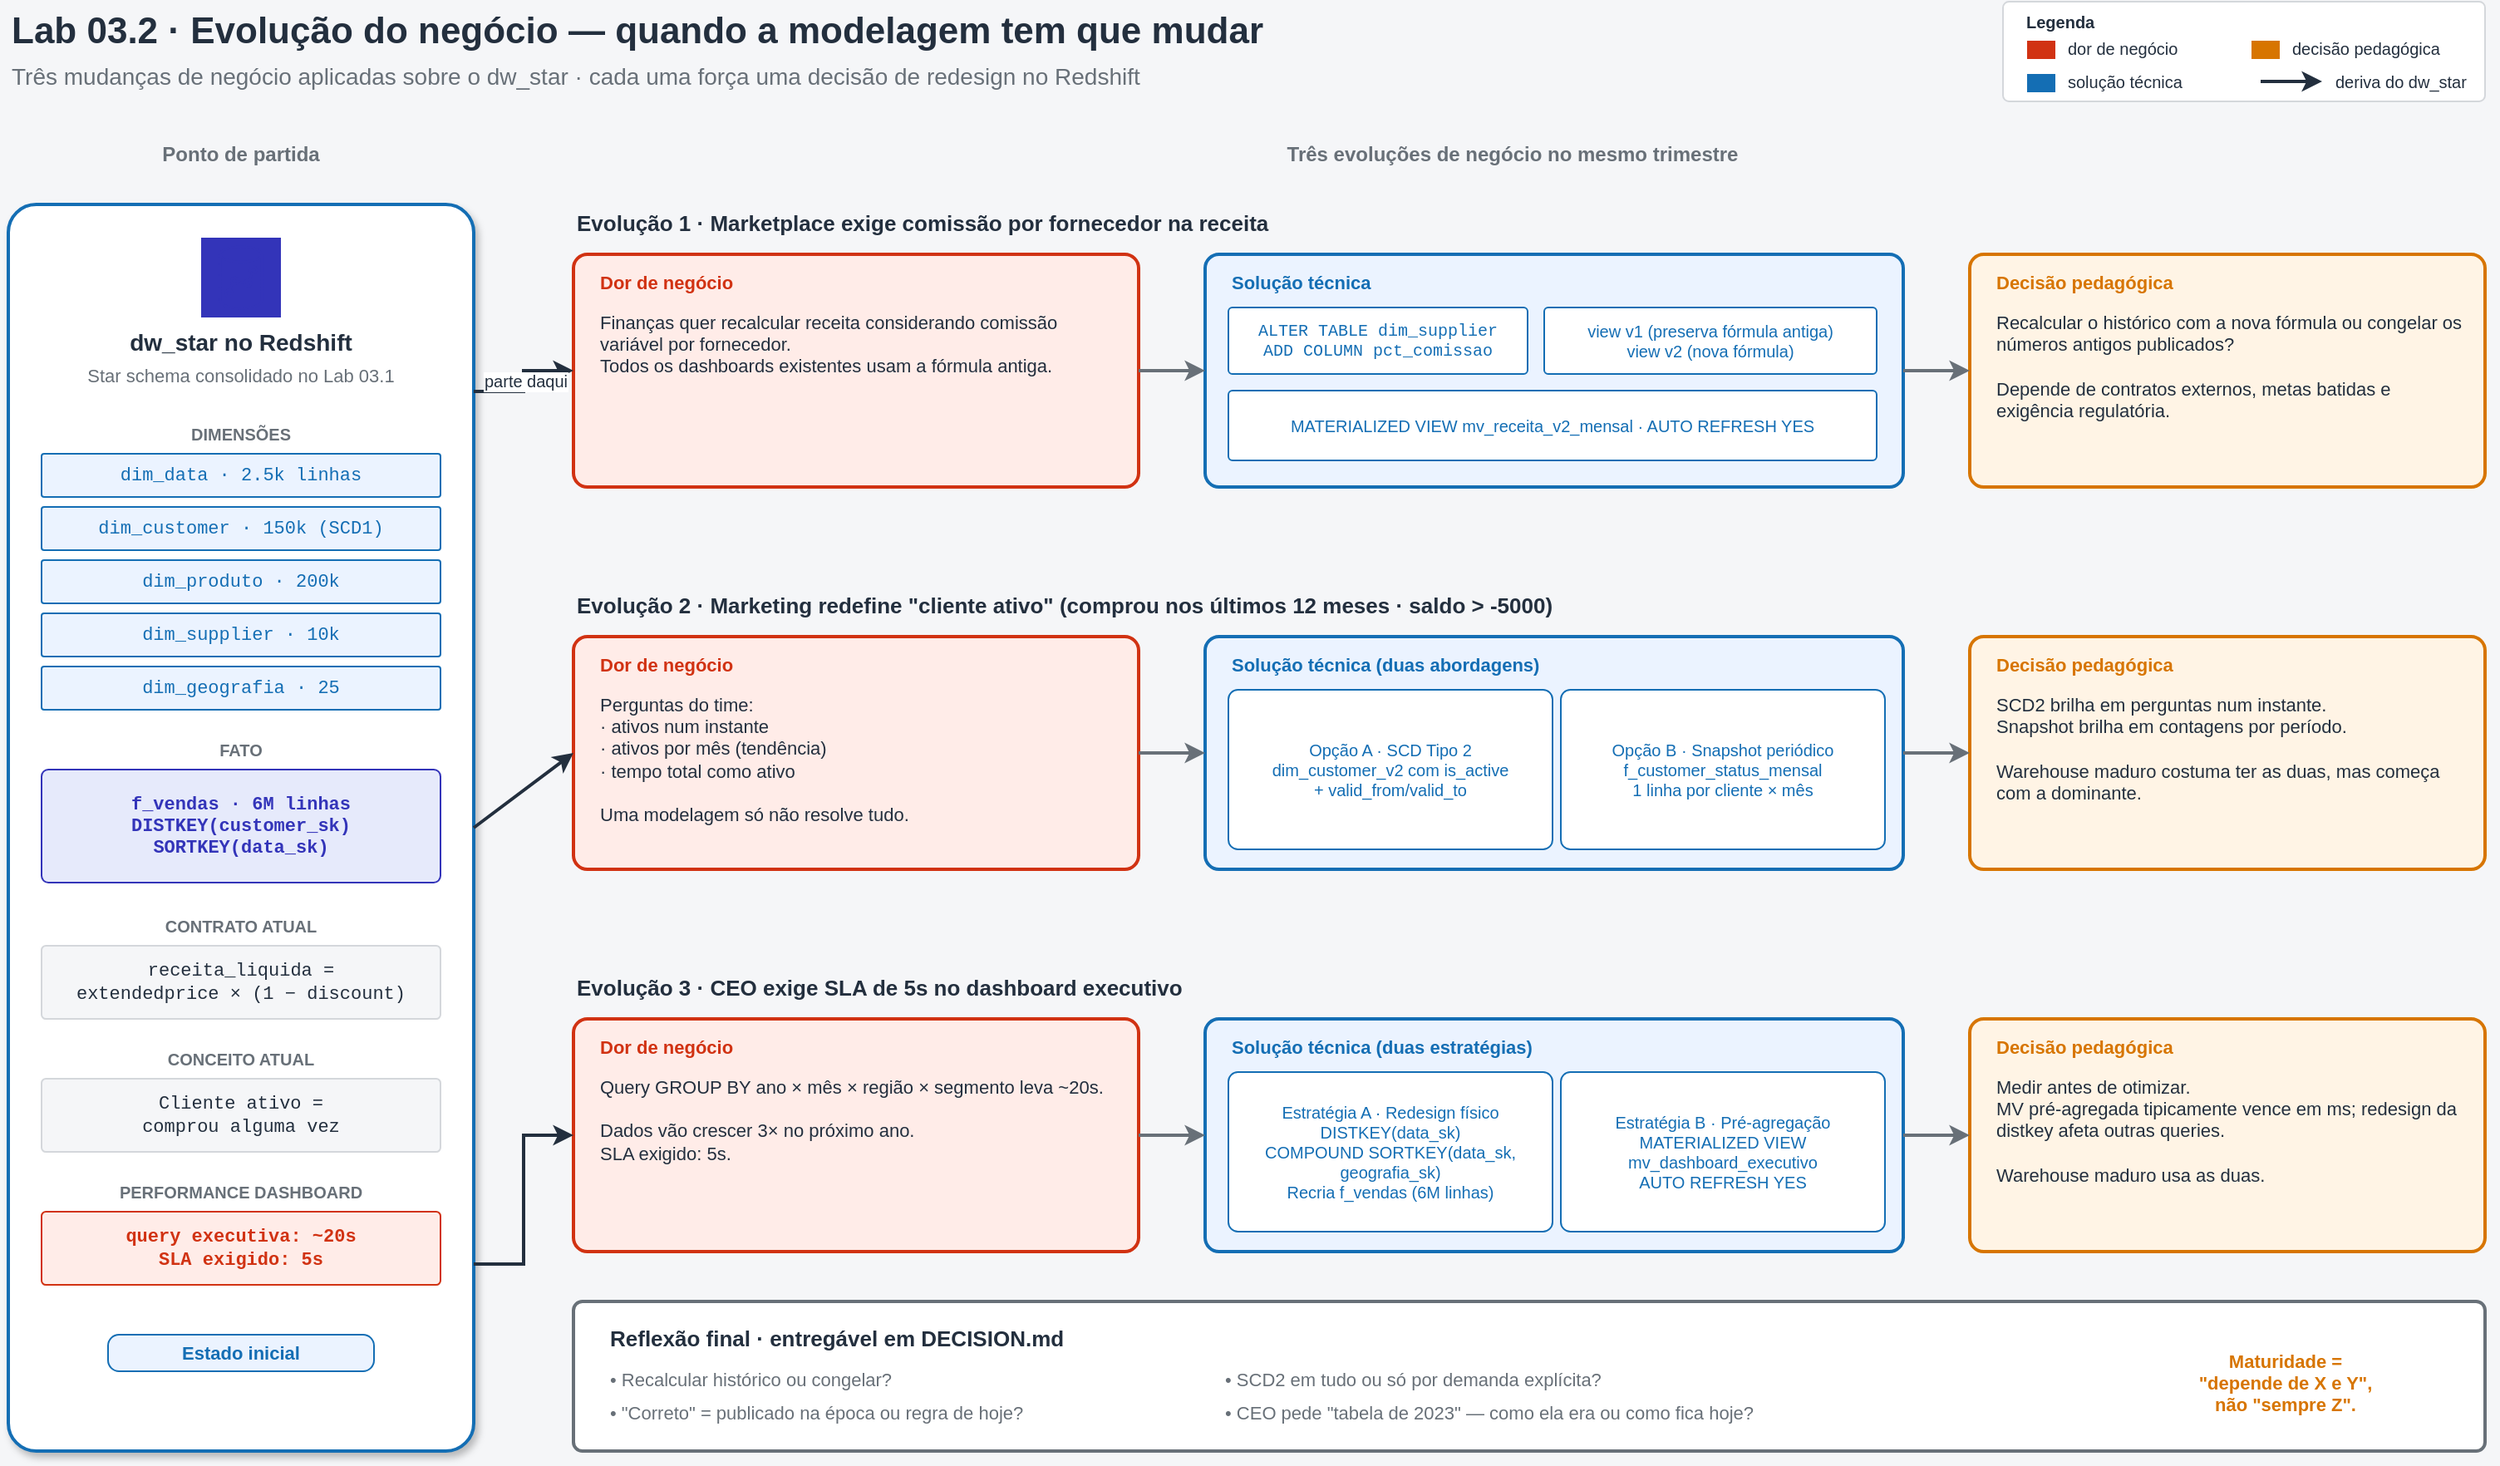
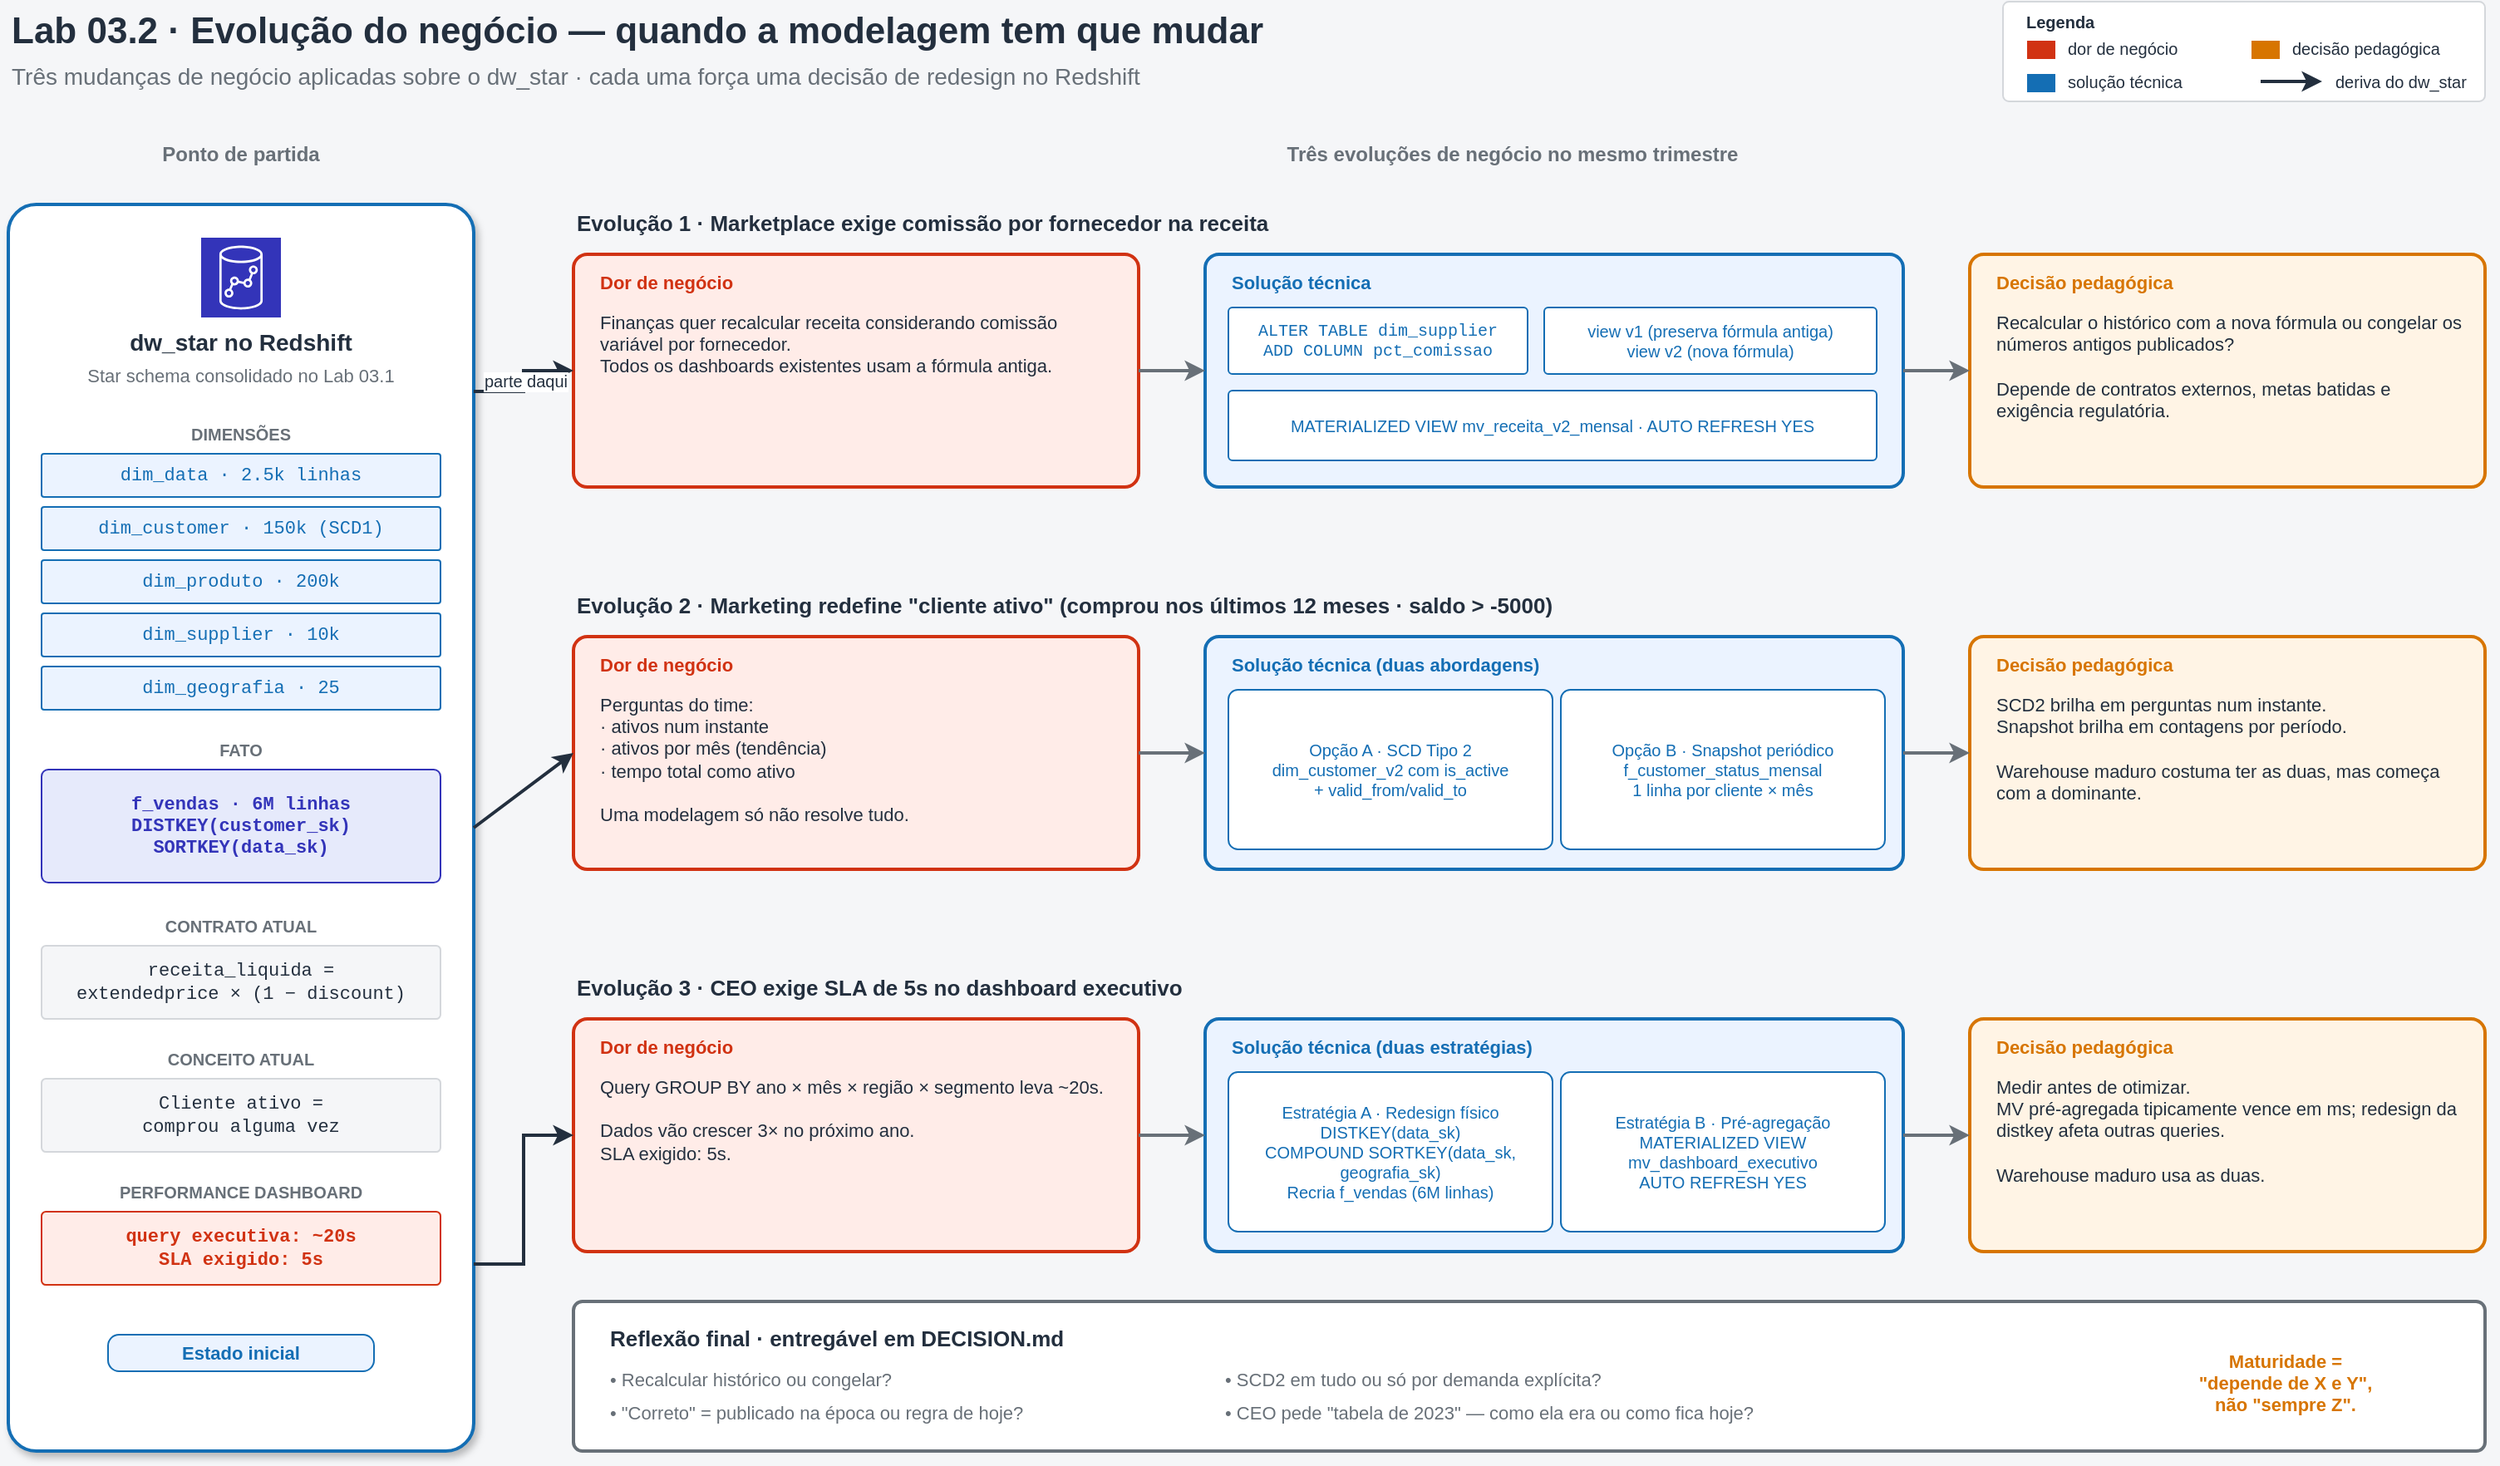
<?xml version="1.0" encoding="UTF-8"?>
<mxfile host="app.diagrams.net" modified="2026-05-04T00:00:00.000Z" agent="Claude" version="24.0.0" type="device">
  <diagram name="Arquitetura-Lab03-2" id="arq-lab03-2">
    <mxGraphModel dx="2000" dy="1400" grid="1" gridSize="10" guides="1" tooltips="1" connect="1" arrows="1" fold="1" page="1" pageScale="1" pageWidth="1600" pageHeight="1000" math="0" shadow="0" background="#F5F6F8">
      <root>
        <mxCell id="0" />
        <mxCell id="1" parent="0" />

        <mxCell id="title" value="Lab 03.2 · Evolução do negócio — quando a modelagem tem que mudar" style="text;html=1;strokeColor=none;fillColor=none;align=left;verticalAlign=middle;whiteSpace=wrap;rounded=0;fontSize=22;fontStyle=1;fontFamily=Helvetica;fontColor=#232F3E;" vertex="1" parent="1">
          <mxGeometry x="60" y="30" width="1200" height="32" as="geometry" />
        </mxCell>
        <mxCell id="subtitle" value="Três mudanças de negócio aplicadas sobre o dw_star · cada uma força uma decisão de redesign no Redshift" style="text;html=1;strokeColor=none;fillColor=none;align=left;verticalAlign=middle;whiteSpace=wrap;rounded=0;fontSize=14;fontStyle=0;fontFamily=Helvetica;fontColor=#687078;" vertex="1" parent="1">
          <mxGeometry x="60" y="62" width="1200" height="22" as="geometry" />
        </mxCell>

        <mxCell id="legend-box" value="" style="rounded=1;whiteSpace=wrap;html=1;fillColor=#FFFFFF;strokeColor=#D4D7DB;fontFamily=Helvetica;fontSize=11;arcSize=6;" vertex="1" parent="1">
          <mxGeometry x="1260" y="28" width="290" height="60" as="geometry" />
        </mxCell>
        <mxCell id="legend-title" value="Legenda" style="text;html=1;strokeColor=none;fillColor=none;align=left;verticalAlign=middle;whiteSpace=wrap;rounded=0;fontSize=10;fontStyle=1;fontFamily=Helvetica;fontColor=#232F3E;" vertex="1" parent="1">
          <mxGeometry x="1272" y="32" width="80" height="16" as="geometry" />
        </mxCell>
        <mxCell id="leg-pain-swatch" value="" style="rounded=0;whiteSpace=wrap;html=1;fillColor=#D13212;strokeColor=#D13212;" vertex="1" parent="1">
          <mxGeometry x="1275" y="52" width="16" height="10" as="geometry" />
        </mxCell>
        <mxCell id="leg-pain-lbl" value="dor de negócio" style="text;html=1;strokeColor=none;fillColor=none;align=left;verticalAlign=middle;whiteSpace=wrap;rounded=0;fontSize=10;fontFamily=Helvetica;fontColor=#232F3E;" vertex="1" parent="1">
          <mxGeometry x="1297" y="48" width="90" height="16" as="geometry" />
        </mxCell>
        <mxCell id="leg-sol-swatch" value="" style="rounded=0;whiteSpace=wrap;html=1;fillColor=#146EB4;strokeColor=#146EB4;" vertex="1" parent="1">
          <mxGeometry x="1275" y="72" width="16" height="10" as="geometry" />
        </mxCell>
        <mxCell id="leg-sol-lbl" value="solução técnica" style="text;html=1;strokeColor=none;fillColor=none;align=left;verticalAlign=middle;whiteSpace=wrap;rounded=0;fontSize=10;fontFamily=Helvetica;fontColor=#232F3E;" vertex="1" parent="1">
          <mxGeometry x="1297" y="68" width="90" height="16" as="geometry" />
        </mxCell>
        <mxCell id="leg-dec-swatch" value="" style="rounded=0;whiteSpace=wrap;html=1;fillColor=#D77500;strokeColor=#D77500;" vertex="1" parent="1">
          <mxGeometry x="1410" y="52" width="16" height="10" as="geometry" />
        </mxCell>
        <mxCell id="leg-dec-lbl" value="decisão pedagógica" style="text;html=1;strokeColor=none;fillColor=none;align=left;verticalAlign=middle;whiteSpace=wrap;rounded=0;fontSize=10;fontFamily=Helvetica;fontColor=#232F3E;" vertex="1" parent="1">
          <mxGeometry x="1432" y="48" width="120" height="16" as="geometry" />
        </mxCell>
        <mxCell id="leg-arrow-line" value="" style="endArrow=classic;html=1;strokeColor=#232F3E;strokeWidth=2;fontFamily=Helvetica;fontSize=10;" edge="1" parent="1">
          <mxGeometry relative="1" as="geometry">
            <mxPoint x="1415" y="76" as="sourcePoint" />
            <mxPoint x="1452" y="76" as="targetPoint" />
          </mxGeometry>
        </mxCell>
        <mxCell id="leg-arrow-lbl" value="deriva do dw_star" style="text;html=1;strokeColor=none;fillColor=none;align=left;verticalAlign=middle;whiteSpace=wrap;rounded=0;fontSize=10;fontFamily=Helvetica;fontColor=#232F3E;" vertex="1" parent="1">
          <mxGeometry x="1458" y="68" width="100" height="16" as="geometry" />
        </mxCell>

        <mxCell id="base-col-title" value="Ponto de partida" style="text;html=1;strokeColor=none;fillColor=none;align=center;verticalAlign=middle;whiteSpace=wrap;rounded=0;fontSize=12;fontStyle=1;fontFamily=Helvetica;fontColor=#687078;" vertex="1" parent="1">
          <mxGeometry x="60" y="110" width="280" height="20" as="geometry" />
        </mxCell>
        <mxCell id="evol-col-title" value="Três evoluções de negócio no mesmo trimestre" style="text;html=1;strokeColor=none;fillColor=none;align=center;verticalAlign=middle;whiteSpace=wrap;rounded=0;fontSize=12;fontStyle=1;fontFamily=Helvetica;fontColor=#687078;" vertex="1" parent="1">
          <mxGeometry x="380" y="110" width="1170" height="20" as="geometry" />
        </mxCell>

        <mxCell id="base-card" value="" style="rounded=1;whiteSpace=wrap;html=1;fillColor=#FFFFFF;strokeColor=#146EB4;arcSize=6;shadow=1;strokeWidth=2;" vertex="1" parent="1">
          <mxGeometry x="60" y="150" width="280" height="750" as="geometry" />
        </mxCell>
-         <mxCell id="base-icon" value="" style="sketch=0;outlineConnect=0;gradientColor=none;fillColor=#3334B9;strokeColor=#3334B9;dashed=0;verticalLabelPosition=bottom;verticalAlign=top;align=center;html=1;shape=mxgraph.aws4.resourceIcon;resIcon=mxgraph.aws4.redshift;" vertex="1" parent="1">
+         <mxCell id="base-icon" value="" style="sketch=0;outlineConnect=0;gradientColor=none;fillColor=#3334B9;strokeColor=#FFFFFF;dashed=0;verticalLabelPosition=bottom;verticalAlign=top;align=center;html=1;shape=mxgraph.aws4.resourceIcon;resIcon=mxgraph.aws4.redshift;" vertex="1" parent="1">
          <mxGeometry x="176" y="170" width="48" height="48" as="geometry" />
        </mxCell>
        <mxCell id="base-name" value="dw_star no Redshift" style="text;html=1;strokeColor=none;fillColor=none;align=center;verticalAlign=middle;whiteSpace=wrap;rounded=0;fontSize=14;fontStyle=1;fontFamily=Helvetica;fontColor=#232F3E;" vertex="1" parent="1">
          <mxGeometry x="60" y="222" width="280" height="22" as="geometry" />
        </mxCell>
        <mxCell id="base-sub" value="Star schema consolidado no Lab 03.1" style="text;html=1;strokeColor=none;fillColor=none;align=center;verticalAlign=middle;whiteSpace=wrap;rounded=0;fontSize=11;fontFamily=Helvetica;fontColor=#687078;" vertex="1" parent="1">
          <mxGeometry x="60" y="244" width="280" height="18" as="geometry" />
        </mxCell>
        <mxCell id="base-dims-title" value="DIMENSÕES" style="text;html=1;strokeColor=none;fillColor=none;align=center;verticalAlign=middle;whiteSpace=wrap;rounded=0;fontSize=10;fontStyle=1;fontFamily=Helvetica;fontColor=#687078;letterSpacing=2;" vertex="1" parent="1">
          <mxGeometry x="60" y="280" width="280" height="16" as="geometry" />
        </mxCell>
        <mxCell id="base-dim-data" value="dim_data · 2.5k linhas" style="rounded=1;whiteSpace=wrap;html=1;fillColor=#EBF3FF;strokeColor=#146EB4;fontSize=11;fontFamily=Courier New;fontColor=#146EB4;arcSize=6;" vertex="1" parent="1">
          <mxGeometry x="80" y="300" width="240" height="26" as="geometry" />
        </mxCell>
        <mxCell id="base-dim-cust" value="dim_customer · 150k (SCD1)" style="rounded=1;whiteSpace=wrap;html=1;fillColor=#EBF3FF;strokeColor=#146EB4;fontSize=11;fontFamily=Courier New;fontColor=#146EB4;arcSize=6;" vertex="1" parent="1">
          <mxGeometry x="80" y="332" width="240" height="26" as="geometry" />
        </mxCell>
        <mxCell id="base-dim-prod" value="dim_produto · 200k" style="rounded=1;whiteSpace=wrap;html=1;fillColor=#EBF3FF;strokeColor=#146EB4;fontSize=11;fontFamily=Courier New;fontColor=#146EB4;arcSize=6;" vertex="1" parent="1">
          <mxGeometry x="80" y="364" width="240" height="26" as="geometry" />
        </mxCell>
        <mxCell id="base-dim-sup" value="dim_supplier · 10k" style="rounded=1;whiteSpace=wrap;html=1;fillColor=#EBF3FF;strokeColor=#146EB4;fontSize=11;fontFamily=Courier New;fontColor=#146EB4;arcSize=6;" vertex="1" parent="1">
          <mxGeometry x="80" y="396" width="240" height="26" as="geometry" />
        </mxCell>
        <mxCell id="base-dim-geo" value="dim_geografia · 25" style="rounded=1;whiteSpace=wrap;html=1;fillColor=#EBF3FF;strokeColor=#146EB4;fontSize=11;fontFamily=Courier New;fontColor=#146EB4;arcSize=6;" vertex="1" parent="1">
          <mxGeometry x="80" y="428" width="240" height="26" as="geometry" />
        </mxCell>
        <mxCell id="base-fato-title" value="FATO" style="text;html=1;strokeColor=none;fillColor=none;align=center;verticalAlign=middle;whiteSpace=wrap;rounded=0;fontSize=10;fontStyle=1;fontFamily=Helvetica;fontColor=#687078;letterSpacing=2;" vertex="1" parent="1">
          <mxGeometry x="60" y="470" width="280" height="16" as="geometry" />
        </mxCell>
        <mxCell id="base-fato" value="f_vendas · 6M linhas&#10;DISTKEY(customer_sk)&#10;SORTKEY(data_sk)" style="rounded=1;whiteSpace=wrap;html=1;fillColor=#E6EAFB;strokeColor=#3334B9;fontSize=11;fontStyle=1;fontFamily=Courier New;fontColor=#3334B9;arcSize=6;align=center;" vertex="1" parent="1">
          <mxGeometry x="80" y="490" width="240" height="68" as="geometry" />
        </mxCell>
        <mxCell id="base-formula-title" value="CONTRATO ATUAL" style="text;html=1;strokeColor=none;fillColor=none;align=center;verticalAlign=middle;whiteSpace=wrap;rounded=0;fontSize=10;fontStyle=1;fontFamily=Helvetica;fontColor=#687078;letterSpacing=2;" vertex="1" parent="1">
          <mxGeometry x="60" y="576" width="280" height="16" as="geometry" />
        </mxCell>
        <mxCell id="base-formula" value="receita_liquida =&#10;extendedprice × (1 − discount)" style="rounded=1;whiteSpace=wrap;html=1;fillColor=#F5F6F8;strokeColor=#D4D7DB;fontSize=11;fontFamily=Courier New;fontColor=#232F3E;arcSize=6;align=center;" vertex="1" parent="1">
          <mxGeometry x="80" y="596" width="240" height="44" as="geometry" />
        </mxCell>
        <mxCell id="base-concept-title" value="CONCEITO ATUAL" style="text;html=1;strokeColor=none;fillColor=none;align=center;verticalAlign=middle;whiteSpace=wrap;rounded=0;fontSize=10;fontStyle=1;fontFamily=Helvetica;fontColor=#687078;letterSpacing=2;" vertex="1" parent="1">
          <mxGeometry x="60" y="656" width="280" height="16" as="geometry" />
        </mxCell>
        <mxCell id="base-concept" value="Cliente ativo =&#10;comprou alguma vez" style="rounded=1;whiteSpace=wrap;html=1;fillColor=#F5F6F8;strokeColor=#D4D7DB;fontSize=11;fontFamily=Courier New;fontColor=#232F3E;arcSize=6;align=center;" vertex="1" parent="1">
          <mxGeometry x="80" y="676" width="240" height="44" as="geometry" />
        </mxCell>
        <mxCell id="base-perf-title" value="PERFORMANCE DASHBOARD" style="text;html=1;strokeColor=none;fillColor=none;align=center;verticalAlign=middle;whiteSpace=wrap;rounded=0;fontSize=10;fontStyle=1;fontFamily=Helvetica;fontColor=#687078;letterSpacing=2;" vertex="1" parent="1">
          <mxGeometry x="60" y="736" width="280" height="16" as="geometry" />
        </mxCell>
        <mxCell id="base-perf" value="query executiva: ~20s&#10;SLA exigido: 5s" style="rounded=1;whiteSpace=wrap;html=1;fillColor=#FFECE8;strokeColor=#D13212;fontSize=11;fontStyle=1;fontFamily=Courier New;fontColor=#D13212;arcSize=6;align=center;" vertex="1" parent="1">
          <mxGeometry x="80" y="756" width="240" height="44" as="geometry" />
        </mxCell>
        <mxCell id="base-role" value="Estado inicial" style="rounded=1;whiteSpace=wrap;html=1;fillColor=#EBF3FF;strokeColor=#146EB4;fontSize=11;fontStyle=1;fontFamily=Helvetica;fontColor=#146EB4;arcSize=30;" vertex="1" parent="1">
          <mxGeometry x="120" y="830" width="160" height="22" as="geometry" />
        </mxCell>

        <mxCell id="ev1-row-title" value="Evolução 1 · Marketplace exige comissão por fornecedor na receita" style="text;html=1;strokeColor=none;fillColor=none;align=left;verticalAlign=middle;whiteSpace=wrap;rounded=0;fontSize=13;fontStyle=1;fontFamily=Helvetica;fontColor=#232F3E;" vertex="1" parent="1">
          <mxGeometry x="400" y="150" width="1150" height="22" as="geometry" />
        </mxCell>
        <mxCell id="ev1-pain" value="" style="rounded=1;whiteSpace=wrap;html=1;fillColor=#FFECE8;strokeColor=#D13212;arcSize=6;strokeWidth=2;" vertex="1" parent="1">
          <mxGeometry x="400" y="180" width="340" height="140" as="geometry" />
        </mxCell>
        <mxCell id="ev1-pain-title" value="Dor de negócio" style="text;html=1;strokeColor=none;fillColor=none;align=left;verticalAlign=middle;whiteSpace=wrap;rounded=0;fontSize=11;fontStyle=1;fontFamily=Helvetica;fontColor=#D13212;" vertex="1" parent="1">
          <mxGeometry x="414" y="188" width="200" height="18" as="geometry" />
        </mxCell>
        <mxCell id="ev1-pain-text" value="Finanças quer recalcular receita considerando comissão variável por fornecedor.&#10;Todos os dashboards existentes usam a fórmula antiga." style="text;html=1;strokeColor=none;fillColor=none;align=left;verticalAlign=top;whiteSpace=wrap;rounded=0;fontSize=11;fontFamily=Helvetica;fontColor=#232F3E;" vertex="1" parent="1">
          <mxGeometry x="414" y="208" width="316" height="110" as="geometry" />
        </mxCell>

        <mxCell id="ev1-sol" value="" style="rounded=1;whiteSpace=wrap;html=1;fillColor=#EBF3FF;strokeColor=#146EB4;arcSize=6;strokeWidth=2;" vertex="1" parent="1">
          <mxGeometry x="780" y="180" width="420" height="140" as="geometry" />
        </mxCell>
        <mxCell id="ev1-sol-title" value="Solução técnica" style="text;html=1;strokeColor=none;fillColor=none;align=left;verticalAlign=middle;whiteSpace=wrap;rounded=0;fontSize=11;fontStyle=1;fontFamily=Helvetica;fontColor=#146EB4;" vertex="1" parent="1">
          <mxGeometry x="794" y="188" width="200" height="18" as="geometry" />
        </mxCell>
        <mxCell id="ev1-sol-step1" value="ALTER TABLE dim_supplier&#10;ADD COLUMN pct_comissao" style="rounded=1;whiteSpace=wrap;html=1;fillColor=#FFFFFF;strokeColor=#146EB4;fontSize=10;fontFamily=Courier New;fontColor=#146EB4;arcSize=6;align=center;" vertex="1" parent="1">
          <mxGeometry x="794" y="212" width="180" height="40" as="geometry" />
        </mxCell>
        <mxCell id="ev1-sol-step2" value="view v1 (preserva fórmula antiga)&#10;view v2 (nova fórmula)" style="rounded=1;whiteSpace=wrap;html=1;fillColor=#FFFFFF;strokeColor=#146EB4;fontSize=10;fontFamily=Helvetica;fontColor=#146EB4;arcSize=6;align=center;" vertex="1" parent="1">
          <mxGeometry x="984" y="212" width="200" height="40" as="geometry" />
        </mxCell>
        <mxCell id="ev1-sol-step3" value="MATERIALIZED VIEW mv_receita_v2_mensal · AUTO REFRESH YES" style="rounded=1;whiteSpace=wrap;html=1;fillColor=#FFFFFF;strokeColor=#146EB4;fontSize=10;fontFamily=Helvetica;fontColor=#146EB4;arcSize=6;align=center;" vertex="1" parent="1">
          <mxGeometry x="794" y="262" width="390" height="42" as="geometry" />
        </mxCell>

        <mxCell id="ev1-dec" value="" style="rounded=1;whiteSpace=wrap;html=1;fillColor=#FFF4E5;strokeColor=#D77500;arcSize=6;strokeWidth=2;" vertex="1" parent="1">
          <mxGeometry x="1240" y="180" width="310" height="140" as="geometry" />
        </mxCell>
        <mxCell id="ev1-dec-title" value="Decisão pedagógica" style="text;html=1;strokeColor=none;fillColor=none;align=left;verticalAlign=middle;whiteSpace=wrap;rounded=0;fontSize=11;fontStyle=1;fontFamily=Helvetica;fontColor=#D77500;" vertex="1" parent="1">
          <mxGeometry x="1254" y="188" width="200" height="18" as="geometry" />
        </mxCell>
        <mxCell id="ev1-dec-text" value="Recalcular o histórico com a nova fórmula ou congelar os números antigos publicados?&#10;&#10;Depende de contratos externos, metas batidas e exigência regulatória." style="text;html=1;strokeColor=none;fillColor=none;align=left;verticalAlign=top;whiteSpace=wrap;rounded=0;fontSize=11;fontFamily=Helvetica;fontColor=#232F3E;" vertex="1" parent="1">
          <mxGeometry x="1254" y="208" width="286" height="110" as="geometry" />
        </mxCell>

        <mxCell id="ev2-row-title" value="Evolução 2 · Marketing redefine &quot;cliente ativo&quot; (comprou nos últimos 12 meses · saldo &gt; -5000)" style="text;html=1;strokeColor=none;fillColor=none;align=left;verticalAlign=middle;whiteSpace=wrap;rounded=0;fontSize=13;fontStyle=1;fontFamily=Helvetica;fontColor=#232F3E;" vertex="1" parent="1">
          <mxGeometry x="400" y="380" width="1150" height="22" as="geometry" />
        </mxCell>
        <mxCell id="ev2-pain" value="" style="rounded=1;whiteSpace=wrap;html=1;fillColor=#FFECE8;strokeColor=#D13212;arcSize=6;strokeWidth=2;" vertex="1" parent="1">
          <mxGeometry x="400" y="410" width="340" height="140" as="geometry" />
        </mxCell>
        <mxCell id="ev2-pain-title" value="Dor de negócio" style="text;html=1;strokeColor=none;fillColor=none;align=left;verticalAlign=middle;whiteSpace=wrap;rounded=0;fontSize=11;fontStyle=1;fontFamily=Helvetica;fontColor=#D13212;" vertex="1" parent="1">
          <mxGeometry x="414" y="418" width="200" height="18" as="geometry" />
        </mxCell>
        <mxCell id="ev2-pain-text" value="Perguntas do time:&#10;· ativos num instante&#10;· ativos por mês (tendência)&#10;· tempo total como ativo&#10;&#10;Uma modelagem só não resolve tudo." style="text;html=1;strokeColor=none;fillColor=none;align=left;verticalAlign=top;whiteSpace=wrap;rounded=0;fontSize=11;fontFamily=Helvetica;fontColor=#232F3E;" vertex="1" parent="1">
          <mxGeometry x="414" y="438" width="316" height="110" as="geometry" />
        </mxCell>

        <mxCell id="ev2-sol" value="" style="rounded=1;whiteSpace=wrap;html=1;fillColor=#EBF3FF;strokeColor=#146EB4;arcSize=6;strokeWidth=2;" vertex="1" parent="1">
          <mxGeometry x="780" y="410" width="420" height="140" as="geometry" />
        </mxCell>
        <mxCell id="ev2-sol-title" value="Solução técnica (duas abordagens)" style="text;html=1;strokeColor=none;fillColor=none;align=left;verticalAlign=middle;whiteSpace=wrap;rounded=0;fontSize=11;fontStyle=1;fontFamily=Helvetica;fontColor=#146EB4;" vertex="1" parent="1">
          <mxGeometry x="794" y="418" width="280" height="18" as="geometry" />
        </mxCell>
        <mxCell id="ev2-sol-opta" value="Opção A · SCD Tipo 2&#10;dim_customer_v2 com is_active&#10;+ valid_from/valid_to" style="rounded=1;whiteSpace=wrap;html=1;fillColor=#FFFFFF;strokeColor=#146EB4;fontSize=10;fontFamily=Helvetica;fontColor=#146EB4;arcSize=6;align=center;" vertex="1" parent="1">
          <mxGeometry x="794" y="442" width="195" height="96" as="geometry" />
        </mxCell>
        <mxCell id="ev2-sol-optb" value="Opção B · Snapshot periódico&#10;f_customer_status_mensal&#10;1 linha por cliente × mês" style="rounded=1;whiteSpace=wrap;html=1;fillColor=#FFFFFF;strokeColor=#146EB4;fontSize=10;fontFamily=Helvetica;fontColor=#146EB4;arcSize=6;align=center;" vertex="1" parent="1">
          <mxGeometry x="994" y="442" width="195" height="96" as="geometry" />
        </mxCell>

        <mxCell id="ev2-dec" value="" style="rounded=1;whiteSpace=wrap;html=1;fillColor=#FFF4E5;strokeColor=#D77500;arcSize=6;strokeWidth=2;" vertex="1" parent="1">
          <mxGeometry x="1240" y="410" width="310" height="140" as="geometry" />
        </mxCell>
        <mxCell id="ev2-dec-title" value="Decisão pedagógica" style="text;html=1;strokeColor=none;fillColor=none;align=left;verticalAlign=middle;whiteSpace=wrap;rounded=0;fontSize=11;fontStyle=1;fontFamily=Helvetica;fontColor=#D77500;" vertex="1" parent="1">
          <mxGeometry x="1254" y="418" width="200" height="18" as="geometry" />
        </mxCell>
        <mxCell id="ev2-dec-text" value="SCD2 brilha em perguntas num instante.&#10;Snapshot brilha em contagens por período.&#10;&#10;Warehouse maduro costuma ter as duas, mas começa com a dominante." style="text;html=1;strokeColor=none;fillColor=none;align=left;verticalAlign=top;whiteSpace=wrap;rounded=0;fontSize=11;fontFamily=Helvetica;fontColor=#232F3E;" vertex="1" parent="1">
          <mxGeometry x="1254" y="438" width="286" height="110" as="geometry" />
        </mxCell>

        <mxCell id="ev3-row-title" value="Evolução 3 · CEO exige SLA de 5s no dashboard executivo" style="text;html=1;strokeColor=none;fillColor=none;align=left;verticalAlign=middle;whiteSpace=wrap;rounded=0;fontSize=13;fontStyle=1;fontFamily=Helvetica;fontColor=#232F3E;" vertex="1" parent="1">
          <mxGeometry x="400" y="610" width="1150" height="22" as="geometry" />
        </mxCell>
        <mxCell id="ev3-pain" value="" style="rounded=1;whiteSpace=wrap;html=1;fillColor=#FFECE8;strokeColor=#D13212;arcSize=6;strokeWidth=2;" vertex="1" parent="1">
          <mxGeometry x="400" y="640" width="340" height="140" as="geometry" />
        </mxCell>
        <mxCell id="ev3-pain-title" value="Dor de negócio" style="text;html=1;strokeColor=none;fillColor=none;align=left;verticalAlign=middle;whiteSpace=wrap;rounded=0;fontSize=11;fontStyle=1;fontFamily=Helvetica;fontColor=#D13212;" vertex="1" parent="1">
          <mxGeometry x="414" y="648" width="200" height="18" as="geometry" />
        </mxCell>
        <mxCell id="ev3-pain-text" value="Query GROUP BY ano × mês × região × segmento leva ~20s.&#10;&#10;Dados vão crescer 3× no próximo ano.&#10;SLA exigido: 5s." style="text;html=1;strokeColor=none;fillColor=none;align=left;verticalAlign=top;whiteSpace=wrap;rounded=0;fontSize=11;fontFamily=Helvetica;fontColor=#232F3E;" vertex="1" parent="1">
          <mxGeometry x="414" y="668" width="316" height="110" as="geometry" />
        </mxCell>

        <mxCell id="ev3-sol" value="" style="rounded=1;whiteSpace=wrap;html=1;fillColor=#EBF3FF;strokeColor=#146EB4;arcSize=6;strokeWidth=2;" vertex="1" parent="1">
          <mxGeometry x="780" y="640" width="420" height="140" as="geometry" />
        </mxCell>
        <mxCell id="ev3-sol-title" value="Solução técnica (duas estratégias)" style="text;html=1;strokeColor=none;fillColor=none;align=left;verticalAlign=middle;whiteSpace=wrap;rounded=0;fontSize=11;fontStyle=1;fontFamily=Helvetica;fontColor=#146EB4;" vertex="1" parent="1">
          <mxGeometry x="794" y="648" width="280" height="18" as="geometry" />
        </mxCell>
        <mxCell id="ev3-sol-opta" value="Estratégia A · Redesign físico&#10;DISTKEY(data_sk)&#10;COMPOUND SORTKEY(data_sk, geografia_sk)&#10;Recria f_vendas (6M linhas)" style="rounded=1;whiteSpace=wrap;html=1;fillColor=#FFFFFF;strokeColor=#146EB4;fontSize=10;fontFamily=Helvetica;fontColor=#146EB4;arcSize=6;align=center;" vertex="1" parent="1">
          <mxGeometry x="794" y="672" width="195" height="96" as="geometry" />
        </mxCell>
        <mxCell id="ev3-sol-optb" value="Estratégia B · Pré-agregação&#10;MATERIALIZED VIEW&#10;mv_dashboard_executivo&#10;AUTO REFRESH YES" style="rounded=1;whiteSpace=wrap;html=1;fillColor=#FFFFFF;strokeColor=#146EB4;fontSize=10;fontFamily=Helvetica;fontColor=#146EB4;arcSize=6;align=center;" vertex="1" parent="1">
          <mxGeometry x="994" y="672" width="195" height="96" as="geometry" />
        </mxCell>

        <mxCell id="ev3-dec" value="" style="rounded=1;whiteSpace=wrap;html=1;fillColor=#FFF4E5;strokeColor=#D77500;arcSize=6;strokeWidth=2;" vertex="1" parent="1">
          <mxGeometry x="1240" y="640" width="310" height="140" as="geometry" />
        </mxCell>
        <mxCell id="ev3-dec-title" value="Decisão pedagógica" style="text;html=1;strokeColor=none;fillColor=none;align=left;verticalAlign=middle;whiteSpace=wrap;rounded=0;fontSize=11;fontStyle=1;fontFamily=Helvetica;fontColor=#D77500;" vertex="1" parent="1">
          <mxGeometry x="1254" y="648" width="200" height="18" as="geometry" />
        </mxCell>
        <mxCell id="ev3-dec-text" value="Medir antes de otimizar.&#10;MV pré-agregada tipicamente vence em ms; redesign da distkey afeta outras queries.&#10;&#10;Warehouse maduro usa as duas." style="text;html=1;strokeColor=none;fillColor=none;align=left;verticalAlign=top;whiteSpace=wrap;rounded=0;fontSize=11;fontFamily=Helvetica;fontColor=#232F3E;" vertex="1" parent="1">
          <mxGeometry x="1254" y="668" width="286" height="110" as="geometry" />
        </mxCell>

        <mxCell id="reflection-banner" value="" style="rounded=1;whiteSpace=wrap;html=1;fillColor=#FFFFFF;strokeColor=#687078;arcSize=6;strokeWidth=2;" vertex="1" parent="1">
          <mxGeometry x="400" y="810" width="1150" height="90" as="geometry" />
        </mxCell>
        <mxCell id="reflection-title" value="Reflexão final · entregável em DECISION.md" style="text;html=1;strokeColor=none;fillColor=none;align=left;verticalAlign=middle;whiteSpace=wrap;rounded=0;fontSize=13;fontStyle=1;fontFamily=Helvetica;fontColor=#232F3E;" vertex="1" parent="1">
          <mxGeometry x="420" y="822" width="500" height="20" as="geometry" />
        </mxCell>
        <mxCell id="reflection-q1" value="• Recalcular histórico ou congelar?" style="text;html=1;strokeColor=none;fillColor=none;align=left;verticalAlign=middle;whiteSpace=wrap;rounded=0;fontSize=11;fontFamily=Helvetica;fontColor=#687078;" vertex="1" parent="1">
          <mxGeometry x="420" y="848" width="360" height="18" as="geometry" />
        </mxCell>
        <mxCell id="reflection-q2" value="• &quot;Correto&quot; = publicado na época ou regra de hoje?" style="text;html=1;strokeColor=none;fillColor=none;align=left;verticalAlign=middle;whiteSpace=wrap;rounded=0;fontSize=11;fontFamily=Helvetica;fontColor=#687078;" vertex="1" parent="1">
          <mxGeometry x="420" y="868" width="360" height="18" as="geometry" />
        </mxCell>
        <mxCell id="reflection-q3" value="• SCD2 em tudo ou só por demanda explícita?" style="text;html=1;strokeColor=none;fillColor=none;align=left;verticalAlign=middle;whiteSpace=wrap;rounded=0;fontSize=11;fontFamily=Helvetica;fontColor=#687078;" vertex="1" parent="1">
          <mxGeometry x="790" y="848" width="360" height="18" as="geometry" />
        </mxCell>
        <mxCell id="reflection-q4" value="• CEO pede &quot;tabela de 2023&quot; — como ela era ou como fica hoje?" style="text;html=1;strokeColor=none;fillColor=none;align=left;verticalAlign=middle;whiteSpace=wrap;rounded=0;fontSize=11;fontFamily=Helvetica;fontColor=#687078;" vertex="1" parent="1">
          <mxGeometry x="790" y="868" width="390" height="18" as="geometry" />
        </mxCell>
        <mxCell id="reflection-note" value="Maturidade =&#10;&quot;depende de X e Y&quot;,&#10;não &quot;sempre Z&quot;." style="text;html=1;strokeColor=none;fillColor=none;align=center;verticalAlign=middle;whiteSpace=wrap;rounded=0;fontSize=11;fontStyle=1;fontFamily=Helvetica;fontColor=#D77500;" vertex="1" parent="1">
          <mxGeometry x="1330" y="822" width="200" height="74" as="geometry" />
        </mxCell>

        <mxCell id="e-base-ev1" style="edgeStyle=orthogonalEdgeStyle;html=1;rounded=0;strokeColor=#232F3E;strokeWidth=2;fontFamily=Helvetica;fontSize=11;endArrow=classic;endFill=1;exitX=1;exitY=0.15;exitDx=0;exitDy=0;entryX=0;entryY=0.5;entryDx=0;entryDy=0;" edge="1" parent="1" source="base-card" target="ev1-pain">
          <mxGeometry relative="1" as="geometry" />
        </mxCell>
        <mxCell id="e-base-ev1-lbl" value="parte daqui" style="edgeLabel;html=1;align=center;verticalAlign=middle;resizable=0;points=[];fontFamily=Helvetica;fontSize=10;fontColor=#232F3E;fillColor=#F5F6F8;strokeColor=none;" vertex="1" connectable="0" parent="e-base-ev1">
          <mxGeometry x="0" y="-1" relative="1" as="geometry"><mxPoint as="offset" /></mxGeometry>
        </mxCell>

        <mxCell id="e-base-ev2" style="edgeStyle=none;html=1;rounded=0;strokeColor=#232F3E;strokeWidth=2;fontFamily=Helvetica;fontSize=11;endArrow=classic;endFill=1;exitX=1;exitY=0.5;exitDx=0;exitDy=0;entryX=0;entryY=0.5;entryDx=0;entryDy=0;" edge="1" parent="1" source="base-card" target="ev2-pain">
          <mxGeometry relative="1" as="geometry" />
        </mxCell>

        <mxCell id="e-base-ev3" style="edgeStyle=orthogonalEdgeStyle;html=1;rounded=0;strokeColor=#232F3E;strokeWidth=2;fontFamily=Helvetica;fontSize=11;endArrow=classic;endFill=1;exitX=1;exitY=0.85;exitDx=0;exitDy=0;entryX=0;entryY=0.5;entryDx=0;entryDy=0;" edge="1" parent="1" source="base-card" target="ev3-pain">
          <mxGeometry relative="1" as="geometry" />
        </mxCell>

        <mxCell id="e-ev1-pain-sol" style="edgeStyle=none;html=1;rounded=0;strokeColor=#687078;strokeWidth=2;fontFamily=Helvetica;fontSize=11;endArrow=classic;endFill=1;exitX=1;exitY=0.5;exitDx=0;exitDy=0;entryX=0;entryY=0.5;entryDx=0;entryDy=0;" edge="1" parent="1" source="ev1-pain" target="ev1-sol">
          <mxGeometry relative="1" as="geometry" />
        </mxCell>
        <mxCell id="e-ev1-sol-dec" style="edgeStyle=none;html=1;rounded=0;strokeColor=#687078;strokeWidth=2;fontFamily=Helvetica;fontSize=11;endArrow=classic;endFill=1;exitX=1;exitY=0.5;exitDx=0;exitDy=0;entryX=0;entryY=0.5;entryDx=0;entryDy=0;" edge="1" parent="1" source="ev1-sol" target="ev1-dec">
          <mxGeometry relative="1" as="geometry" />
        </mxCell>

        <mxCell id="e-ev2-pain-sol" style="edgeStyle=none;html=1;rounded=0;strokeColor=#687078;strokeWidth=2;fontFamily=Helvetica;fontSize=11;endArrow=classic;endFill=1;exitX=1;exitY=0.5;exitDx=0;exitDy=0;entryX=0;entryY=0.5;entryDx=0;entryDy=0;" edge="1" parent="1" source="ev2-pain" target="ev2-sol">
          <mxGeometry relative="1" as="geometry" />
        </mxCell>
        <mxCell id="e-ev2-sol-dec" style="edgeStyle=none;html=1;rounded=0;strokeColor=#687078;strokeWidth=2;fontFamily=Helvetica;fontSize=11;endArrow=classic;endFill=1;exitX=1;exitY=0.5;exitDx=0;exitDy=0;entryX=0;entryY=0.5;entryDx=0;entryDy=0;" edge="1" parent="1" source="ev2-sol" target="ev2-dec">
          <mxGeometry relative="1" as="geometry" />
        </mxCell>

        <mxCell id="e-ev3-pain-sol" style="edgeStyle=none;html=1;rounded=0;strokeColor=#687078;strokeWidth=2;fontFamily=Helvetica;fontSize=11;endArrow=classic;endFill=1;exitX=1;exitY=0.5;exitDx=0;exitDy=0;entryX=0;entryY=0.5;entryDx=0;entryDy=0;" edge="1" parent="1" source="ev3-pain" target="ev3-sol">
          <mxGeometry relative="1" as="geometry" />
        </mxCell>
        <mxCell id="e-ev3-sol-dec" style="edgeStyle=none;html=1;rounded=0;strokeColor=#687078;strokeWidth=2;fontFamily=Helvetica;fontSize=11;endArrow=classic;endFill=1;exitX=1;exitY=0.5;exitDx=0;exitDy=0;entryX=0;entryY=0.5;entryDx=0;entryDy=0;" edge="1" parent="1" source="ev3-sol" target="ev3-dec">
          <mxGeometry relative="1" as="geometry" />
        </mxCell>

      </root>
    </mxGraphModel>
  </diagram>
</mxfile>
